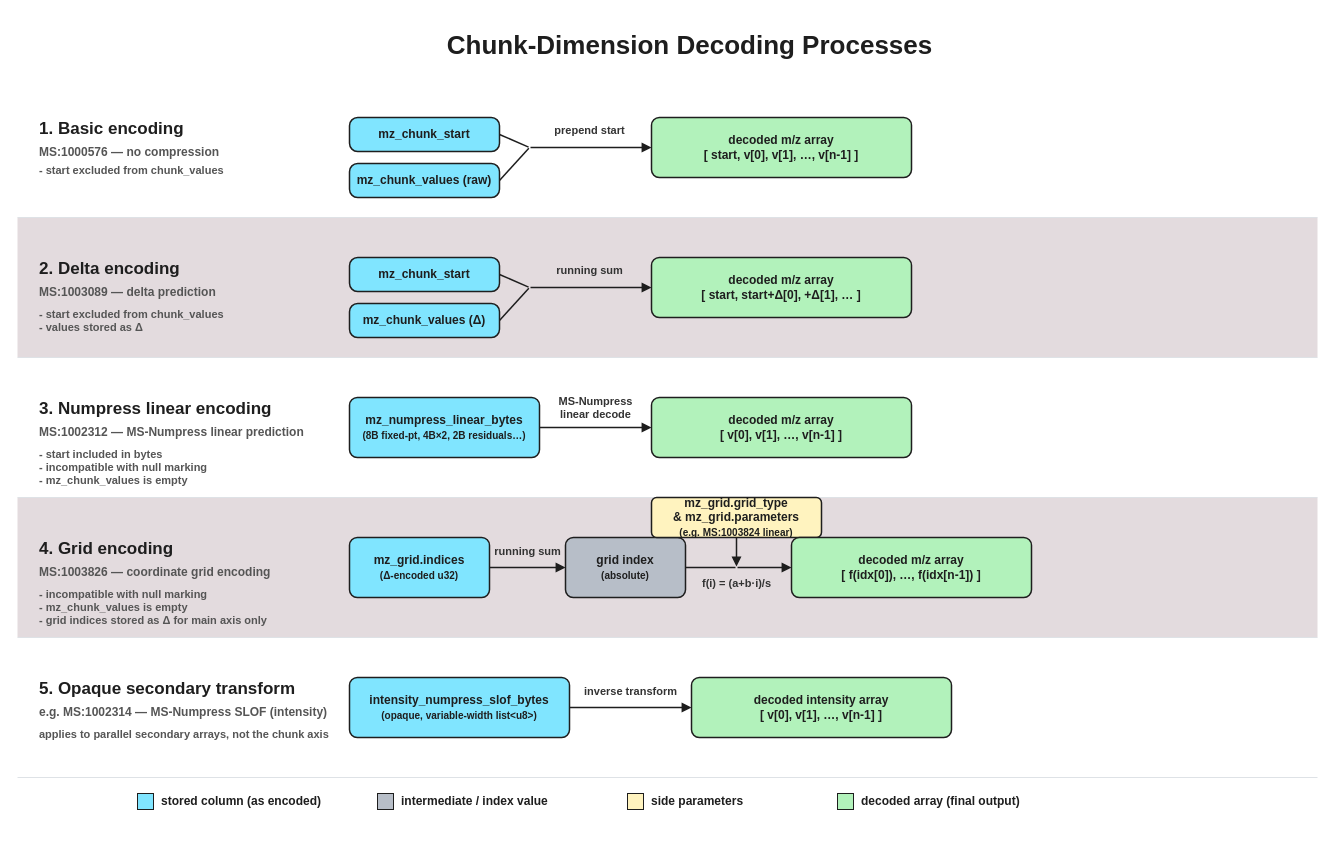
This is docs/assets/img/chunk_decoding_processes.drawio from HUPO-PSI/mzPeak-specification, a draw.io file, before an edit. Source tidied: cells renumbered, new cells numbered last; positions are measured from the earlier drawing's top-left corner, leaving out a move shared by most shapes. Both pictures are drawn from the tidied source at 100%, with x=0, y=0 at pixel (17, 17).
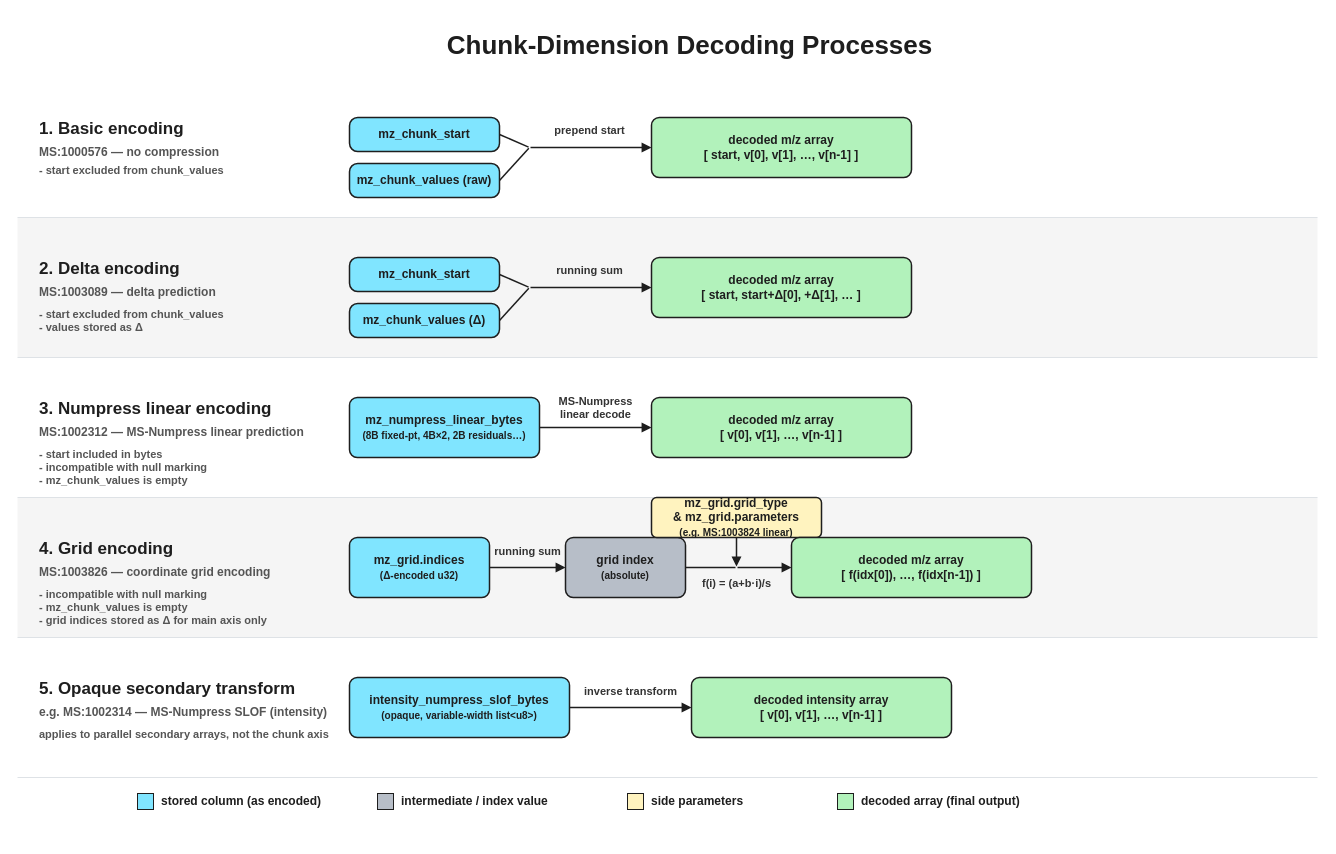
Above is the later version.

Diff of the diagram source:
```diff
@@
-    <mxCell id="4" style="rounded=0;whiteSpace=wrap;html=1;fillColor=#e3dbde;strokeColor=none;" parent="1" vertex="1">
+    <mxCell id="4" style="rounded=0;whiteSpace=wrap;html=1;fillColor=#f5f5f5;strokeColor=none;fontColor=#333333;" parent="1" vertex="1">
       <mxGeometry y="200" width="1300" height="140" as="geometry" />
     </mxCell>
@@
-    <mxCell id="6" style="rounded=0;whiteSpace=wrap;html=1;fillColor=#e3dbde;strokeColor=none;" parent="1" vertex="1">
+    <mxCell id="6" style="rounded=0;whiteSpace=wrap;html=1;fillColor=#F5F5F5;strokeColor=none;" parent="1" vertex="1">
       <mxGeometry y="480" width="1300" height="140" as="geometry" />
     </mxCell>
```
